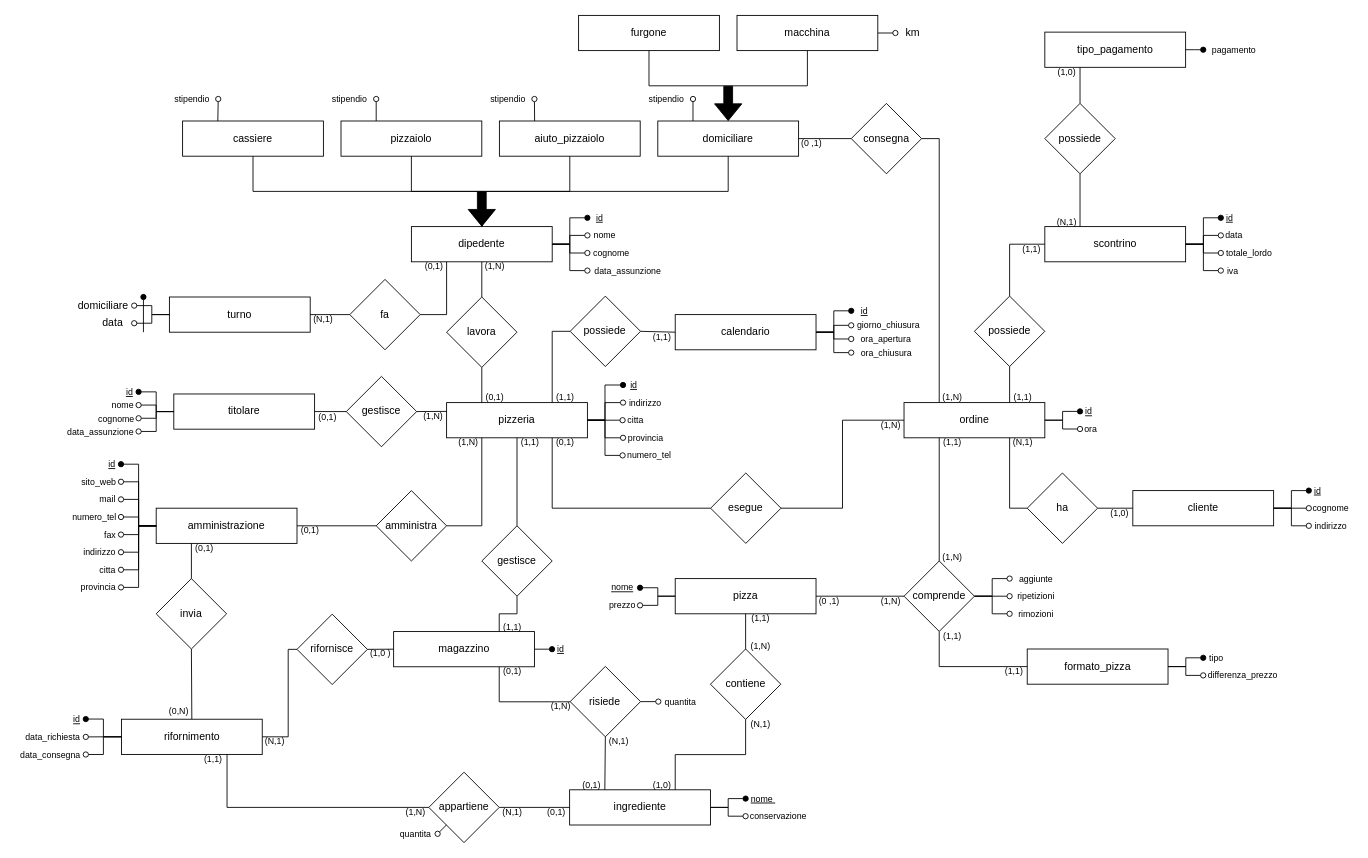
The draw.io diagram Draw/PaduPizzaER.drawio in NicholasPilotto/PaduPizza, before the edit. Source tidied: cells renumbered, new cells numbered last; positions are measured from the earlier drawing's top-left corner, leaving out a move shared by most shapes. Both pictures are drawn from the tidied source at 88%, with x=0, y=0 at pixel (15, 15).
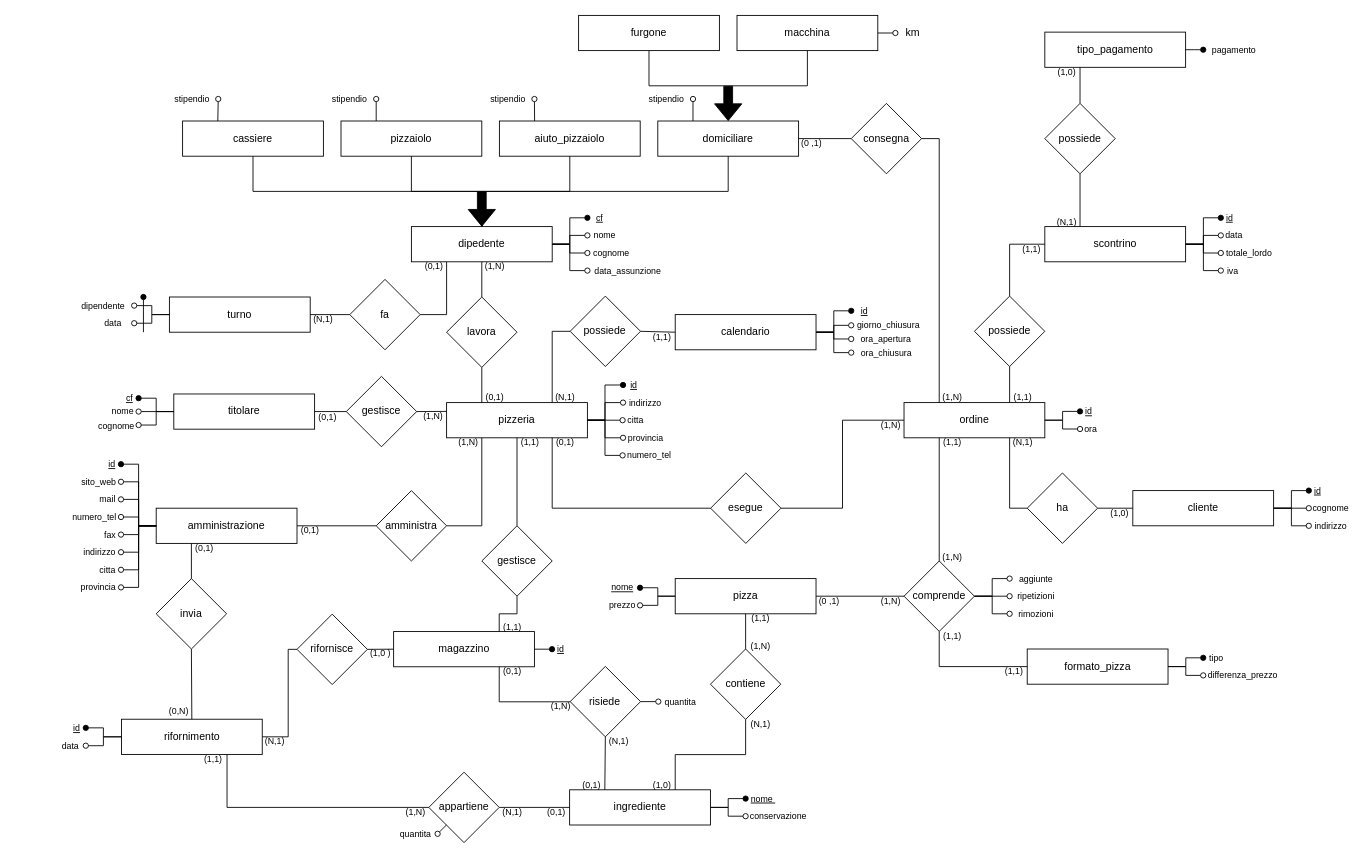
After the change.

Unchanged cells that the change refers to:
```xml
<mxCell id="3" value="titolare" style="whiteSpace=wrap;html=1;align=center;comic=0;noLabel=0;portConstraintRotation=0;rounded=0;glass=0;sketch=0;shadow=0;" parent="1" vertex="1">
  <mxGeometry x="180" y="430.2" width="160" height="40" as="geometry" />
</mxCell>
<mxCell id="42" value="rifornimento" style="whiteSpace=wrap;html=1;align=center;comic=0;noLabel=0;portConstraintRotation=0;rounded=0;glass=0;sketch=0;shadow=0;" parent="1" vertex="1">
  <mxGeometry x="120.5" y="799.8" width="160" height="40" as="geometry" />
</mxCell>
```

What changed in the source:
```diff
@@
-    <mxCell id="54" value="&lt;u style=&quot;font-size: 10px;&quot;&gt;id&lt;/u&gt;" style="text;html=1;strokeColor=none;fillColor=none;align=right;verticalAlign=middle;whiteSpace=wrap;rounded=0;fontSize=10;" parent="1" vertex="1">
+    <mxCell id="54" value="&lt;u style=&quot;font-size: 10px&quot;&gt;cf&lt;/u&gt;" style="text;html=1;strokeColor=none;fillColor=none;align=right;verticalAlign=middle;whiteSpace=wrap;rounded=0;fontSize=10;" parent="1" vertex="1">
       <mxGeometry x="650" y="225" width="20" height="10" as="geometry" />
     </mxCell>
@@
-    <mxCell id="108" value="data&amp;nbsp;" style="text;html=1;strokeColor=none;fillColor=none;align=center;verticalAlign=middle;whiteSpace=wrap;rounded=0;" parent="1" vertex="1">
+    <mxCell id="108" value="data&amp;nbsp;" style="text;html=1;strokeColor=none;fillColor=none;align=center;verticalAlign=middle;whiteSpace=wrap;rounded=0;fontSize=10;" parent="1" vertex="1">
       <mxGeometry x="90" y="344.8" width="45" height="10" as="geometry" />
     </mxCell>
@@
-    <mxCell id="112" value="domiciliare" style="text;html=1;strokeColor=none;fillColor=none;align=center;verticalAlign=middle;whiteSpace=wrap;rounded=0;" parent="1" vertex="1">
+    <mxCell id="112" value="dipendente" style="text;html=1;strokeColor=none;fillColor=none;align=center;verticalAlign=middle;whiteSpace=wrap;rounded=0;fontSize=10;" parent="1" vertex="1">
       <mxGeometry x="65" y="324.8" width="70" height="10" as="geometry" />
     </mxCell>
-    <mxCell id="113" style="endArrow=none;html=1;startArrow=oval;startFill=1;" parent="1" edge="1">
+    <mxCell id="113" style="endArrow=none;html=1;startArrow=oval;startFill=1;fontSize=10;" parent="1" edge="1">
       <mxGeometry relative="1" as="geometry">
         <mxPoint x="145.5" y="320" as="sourcePoint" />
         <mxPoint x="145.5" y="360" as="targetPoint" />
       </mxGeometry>
     </mxCell>
@@
-    <mxCell id="142" value="&amp;nbsp; data_richiesta" style="text;html=1;strokeColor=none;fillColor=none;align=center;verticalAlign=middle;whiteSpace=wrap;rounded=0;fontSize=10;" parent="1" vertex="1">
-      <mxGeometry y="814.9" width="80" height="10" as="geometry" />
+    <mxCell id="142" value="&amp;nbsp; data" style="text;html=1;strokeColor=none;fillColor=none;align=center;verticalAlign=middle;whiteSpace=wrap;rounded=0;fontSize=10;" parent="1" vertex="1">
+      <mxGeometry x="40" y="824.9" width="40" height="10" as="geometry" />
     </mxCell>
-    <mxCell id="143" style="endArrow=none;html=1;fontSize=10;startArrow=oval;startFill=0;entryX=0;entryY=0.5;entryDx=0;entryDy=0;exitX=1;exitY=0.5;exitDx=0;exitDy=0;rounded=0;edgeStyle=elbowEdgeStyle;" parent="1" edge="1" source="144" target="42">
-      <mxGeometry relative="1" as="geometry" />
-    </mxCell>
-    <mxCell id="144" value="data_consegna" style="text;html=1;strokeColor=none;fillColor=none;align=center;verticalAlign=middle;whiteSpace=wrap;rounded=0;fontSize=10;" parent="1" vertex="1">
-      <mxGeometry y="834.9" width="80" height="10" as="geometry" />
-    </mxCell>
@@
-    <mxCell id="155" value="&lt;u style=&quot;font-size: 10px;&quot;&gt;id&lt;/u&gt;" style="text;html=1;strokeColor=none;fillColor=none;align=center;verticalAlign=middle;whiteSpace=wrap;rounded=0;fontSize=10;" parent="1" vertex="1">
-      <mxGeometry x="120" y="422.8" width="20" height="10" as="geometry" />
+    <mxCell id="155" value="&lt;u style=&quot;font-size: 10px&quot;&gt;cf&lt;/u&gt;" style="text;html=1;strokeColor=none;fillColor=none;align=center;verticalAlign=middle;whiteSpace=wrap;rounded=0;fontSize=10;" parent="1" vertex="1">
+      <mxGeometry x="120" y="430" width="20" height="10" as="geometry" />
     </mxCell>
     <mxCell id="156" value="nome&amp;nbsp;&amp;nbsp;" style="text;html=1;strokeColor=none;fillColor=none;align=center;verticalAlign=middle;whiteSpace=wrap;rounded=0;fontSize=10;spacing=2;" parent="1" vertex="1">
-      <mxGeometry x="110" y="437.8" width="30" height="10" as="geometry" />
+      <mxGeometry x="110" y="445.2" width="30" height="10" as="geometry" />
     </mxCell>
     <mxCell id="157" value="cognome" style="text;html=1;strokeColor=none;fillColor=none;align=center;verticalAlign=middle;whiteSpace=wrap;rounded=0;fontSize=10;" parent="1" vertex="1">
-      <mxGeometry x="90" y="452.8" width="50" height="10" as="geometry" />
+      <mxGeometry x="90" y="460.5" width="50" height="10" as="geometry" />
     </mxCell>
@@
-    <mxCell id="161" style="endArrow=oval;html=1;fillColor=#000000;entryX=1;entryY=0.5;entryDx=0;entryDy=0;endFill=0;exitX=0;exitY=0.5;exitDx=0;exitDy=0;edgeStyle=elbowEdgeStyle;rounded=0;" parent="1" edge="1" source="3" target="162">
-      <mxGeometry relative="1" as="geometry" />
-    </mxCell>
-    <mxCell id="162" value="data_assunzione" style="text;html=1;strokeColor=none;fillColor=none;align=center;verticalAlign=middle;whiteSpace=wrap;rounded=0;fontSize=10;" parent="1" vertex="1">
-      <mxGeometry x="54" y="467.8" width="86" height="10" as="geometry" />
-    </mxCell>
@@
-    <mxCell id="185" value="(1,1)" style="text;html=1;strokeColor=none;fillColor=none;align=center;verticalAlign=middle;whiteSpace=wrap;rounded=0;fontSize=10;" parent="1" vertex="1">
+    <mxCell id="185" value="(N,1)" style="text;html=1;strokeColor=none;fillColor=none;align=center;verticalAlign=middle;whiteSpace=wrap;rounded=0;fontSize=10;" parent="1" vertex="1">
       <mxGeometry x="610" y="427.5" width="30" height="10" as="geometry" />
     </mxCell>
@@
     <mxCell id="231" value="&lt;u style=&quot;font-size: 10px;&quot;&gt;id&lt;/u&gt;" style="text;html=1;strokeColor=none;fillColor=none;align=center;verticalAlign=middle;whiteSpace=wrap;rounded=0;fontSize=10;" parent="1" vertex="1">
-      <mxGeometry x="60" y="794.6" width="20" height="10" as="geometry" />
+      <mxGeometry x="60" y="804.6" width="20" height="10" as="geometry" />
     </mxCell>
```
